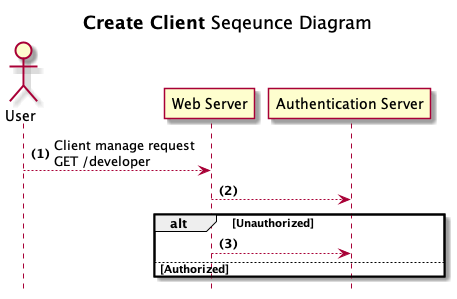
The PlantUML diagram documents/diagrams/out/authentication-server/createClient/createClient.png in Kritsanawipankhet/CE64-41, before a commit. The source it was exported from:
```plantuml
@startuml createClient
title **Create Client** Seqeunce Diagram
hide footbox
actor User
autonumber "<b>(0)"
"User" --> "Web Server": Client manage request\nGET /developer
"Web Server" --> "Authentication Server":
alt Unauthorized
    "Web Server" --> "Authentication Server":
else Authorized
end
@enduml
```
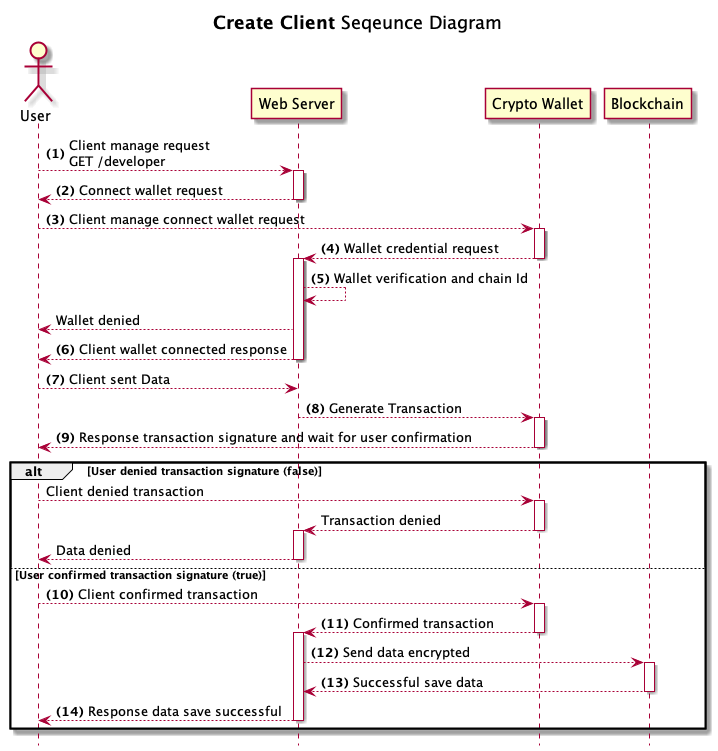
After the change.

Diff of the diagram source:
```diff
@@ -3,10 +3,30 @@
 hide footbox
 actor User
 autonumber "<b>(0)"
-"User" --> "Web Server": Client manage request\nGET /developer
-"Web Server" --> "Authentication Server":
-alt Unauthorized
-    "Web Server" --> "Authentication Server":
-else Authorized
+"User" --> "Web Server" ++: Client manage request\nGET /developer
+"Web Server" --> "User" --: Connect wallet request
+"User" --> "Crypto Wallet" ++: Client manage connect wallet request
+"Crypto Wallet" --> "Web Server" --++: Wallet credential request
+"Web Server" --> "Web Server" : Wallet verification and chain Id
+autonumber stop
+"Web Server" --> "User" : Wallet denied
+autonumber resume
+"Web Server" --> "User" --: Client wallet connected response
+"User" --> "Web Server" : Client sent Data
+"Web Server" --> "Crypto Wallet" ++: Generate Transaction
+"Crypto Wallet" --> "User" --: Response transaction signature and wait for user confirmation
+alt User denied transaction signature (false)
+    autonumber stop
+    "User" --> "Crypto Wallet" ++: Client denied transaction
+    "Crypto Wallet" --> "Web Server" --++: Transaction denied
+    "Web Server" --> "User" --: Data denied
+else User confirmed transaction signature (true)
+    autonumber resume
+    "User" --> "Crypto Wallet" ++: Client confirmed transaction
+    "Crypto Wallet" --> "Web Server" --++: Confirmed transaction
+    "Web Server" --> "Blockchain" ++: Send data encrypted
+    "Blockchain" --> "Web Server" --: Successful save data
+    "Web Server" --> "User" --: Response data save successful
+
 end
 @enduml
```
